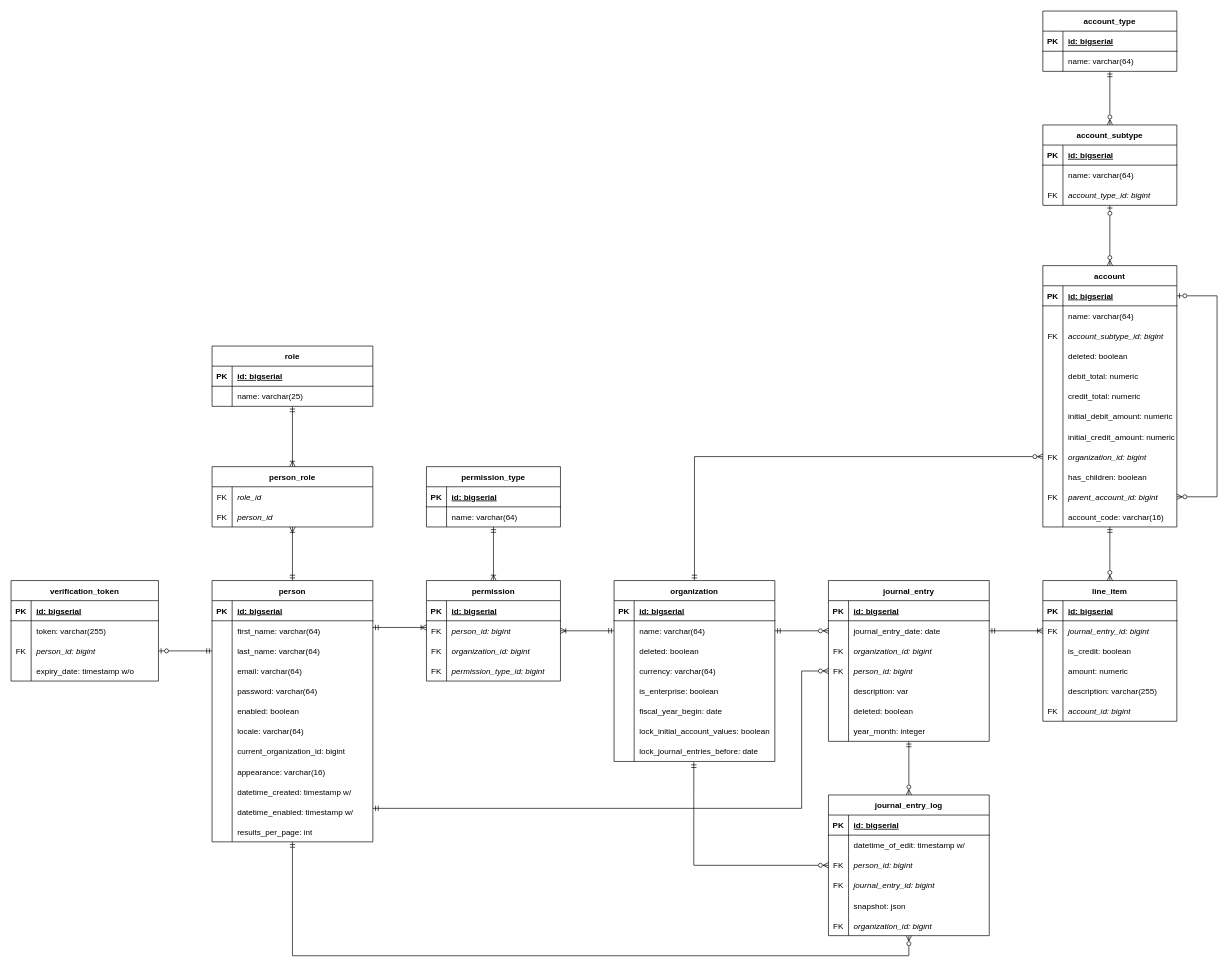
Earlier version of the draw.io diagram db/ER v0.7.drawio (kyleko1234/myEasyLedger). Source tidied: cells renumbered, new cells numbered last; positions are measured from the earlier drawing's top-left corner, leaving out a move shared by most shapes. Both pictures are drawn from the tidied source at 67%, with x=0, y=0 at pixel (11, 11).
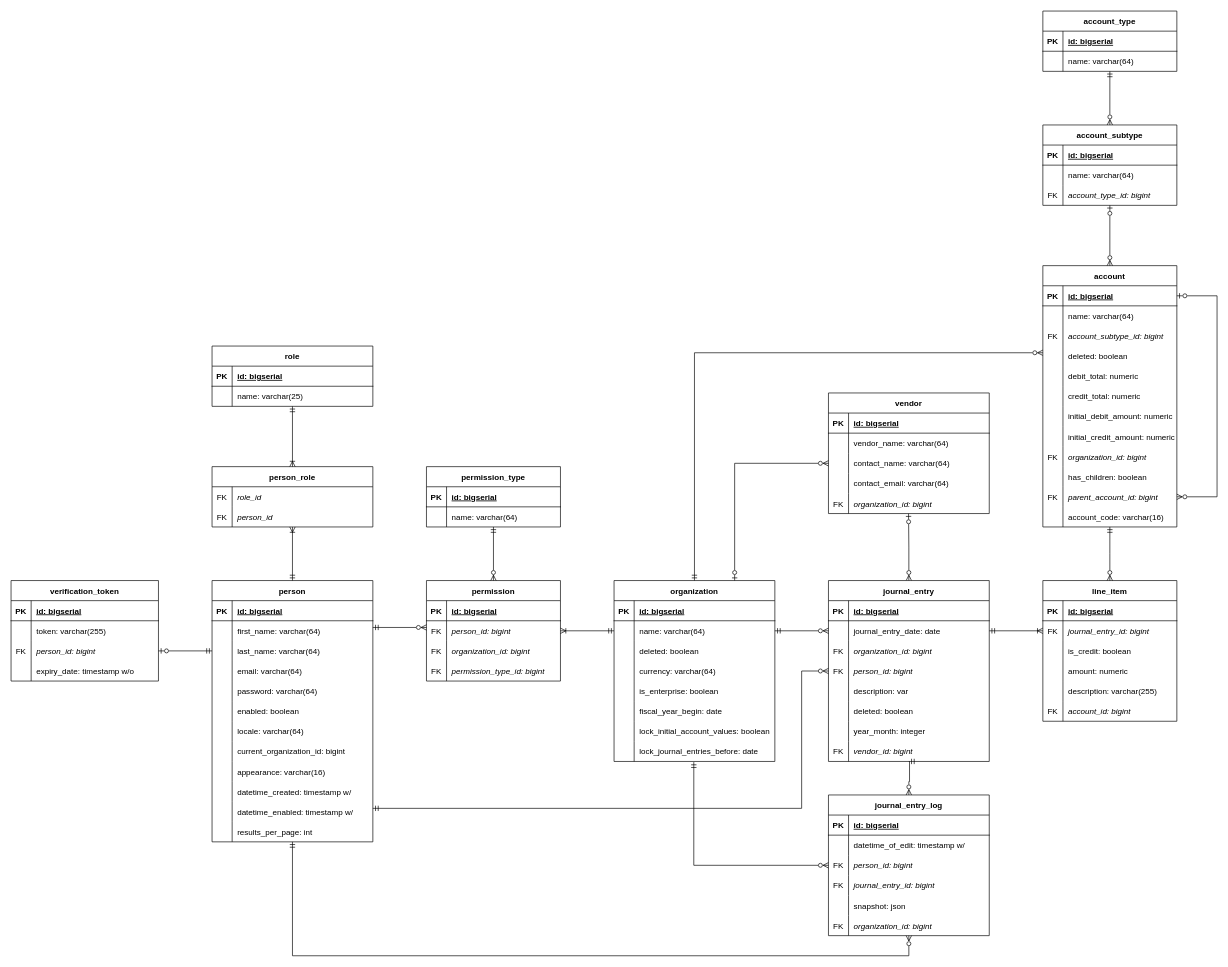
Above is the later version.

Commit message:
updated ER with new vendor table

Unchanged cells that the change refers to:
```xml
<mxCell id="67" value="permission" style="shape=table;startSize=30;childLayout=tableLayout;rowLines=0;fontStyle=1;align=center;strokeWidth=1;" parent="1" vertex="1">
  <mxGeometry x="620" y="850" width="200" height="150" as="geometry" />
</mxCell>
<mxCell id="80" value="permission_type" style="shape=table;startSize=30;childLayout=tableLayout;rowLines=0;fontStyle=1;align=center;strokeWidth=1;" parent="1" vertex="1">
  <mxGeometry x="620" y="680" width="200" height="90" as="geometry" />
</mxCell>
<mxCell id="87" value="organization" style="shape=table;startSize=30;childLayout=tableLayout;rowLines=0;fontStyle=1;align=center;strokeWidth=1;" parent="1" vertex="1">
  <mxGeometry x="900" y="850" width="240" height="270" as="geometry" />
</mxCell>
<mxCell id="134" value="journal_entry_log" style="shape=table;startSize=30;childLayout=tableLayout;rowLines=0;fontStyle=1;align=center;strokeWidth=1;" parent="1" vertex="1">
  <mxGeometry x="1220" y="1170" width="240" height="210" as="geometry" />
</mxCell>
<mxCell id="197" style="shape=tableRow;horizontal=0;startSize=0;swimlaneHead=0;swimlaneBody=0;fillColor=none;points=[[0,0.5],[1,0.5]];portConstraint=eastwest;top=0;left=0;right=0;bottom=0;strokeWidth=1;" parent="172" vertex="1">
  <mxGeometry y="270" width="200" height="30" as="geometry" />
</mxCell>
```

Diff of the diagram source:
```diff
@@
+    <mxCell id="242" style="edgeStyle=orthogonalEdgeStyle;rounded=0;jettySize=auto;html=1;exitX=0.5;exitY=0;exitDx=0;exitDy=0;entryX=0.498;entryY=1.008;entryDx=0;entryDy=0;entryPerimeter=0;startArrow=ERzeroToMany;startFill=0;endArrow=ERzeroToOne;endFill=0;" parent="1" edge="1" source="112" target="259">
+      <mxGeometry relative="1" as="geometry" />
+    </mxCell>
     <mxCell id="112" value="journal_entry" style="shape=table;startSize=30;childLayout=tableLayout;rowLines=0;fontStyle=1;align=center;strokeWidth=1;" parent="1" vertex="1">
-      <mxGeometry x="1220" y="850" width="240" height="240" as="geometry" />
+      <mxGeometry x="1220" y="850" width="240" height="270" as="geometry" />
     </mxCell>
@@
+    <mxCell id="243" style="shape=tableRow;horizontal=0;startSize=0;swimlaneHead=0;swimlaneBody=0;fillColor=none;top=0;left=0;right=0;bottom=0;strokeWidth=1;" parent="112" vertex="1">
+      <mxGeometry y="240" width="240" height="30" as="geometry" />
+    </mxCell>
+    <mxCell id="244" value="FK" style="shape=partialRectangle;fillColor=none;top=0;left=0;bottom=0;right=0;overflow=hidden;strokeWidth=1;" parent="243" vertex="1">
+      <mxGeometry width="30" height="30" as="geometry" />
+    </mxCell>
+    <mxCell id="245" value="vendor_id: bigint" style="shape=partialRectangle;fillColor=none;top=0;left=0;bottom=0;right=0;align=left;spacingLeft=6;overflow=hidden;strokeWidth=1;fontStyle=2;" parent="243" vertex="1">
+      <mxGeometry x="30" width="210" height="30" as="geometry" />
+    </mxCell>
@@
-    <mxCell id="231" style="edgeStyle=orthogonalEdgeStyle;rounded=0;jettySize=auto;html=1;exitX=0.5;exitY=0;exitDx=0;exitDy=0;entryX=0;entryY=0.5;entryDx=0;entryDy=0;startArrow=ERmandOne;startFill=0;endArrow=ERzeroToMany;endFill=0;" parent="1" edge="1" source="87" target="197">
+    <mxCell id="231" style="edgeStyle=orthogonalEdgeStyle;rounded=0;jettySize=auto;html=1;exitX=0.5;exitY=0;exitDx=0;exitDy=0;startArrow=ERmandOne;startFill=0;endArrow=ERzeroToMany;endFill=0;" parent="1" edge="1" source="87">
       <mxGeometry relative="1" as="geometry">
+        <mxPoint x="1540" y="510" as="targetPoint" />
         <Array as="points">
-          <mxPoint x="1020" y="665" />
+          <mxPoint x="1020" y="510" />
+          <mxPoint x="1540" y="510" />
         </Array>
       </mxGeometry>
     </mxCell>
@@
-    <mxCell id="233" style="edgeStyle=orthogonalEdgeStyle;rounded=0;jettySize=auto;html=1;exitX=0.5;exitY=1;exitDx=0;exitDy=0;entryX=0.5;entryY=0;entryDx=0;entryDy=0;startArrow=ERmandOne;startFill=0;endArrow=ERzeroToMany;endFill=0;" parent="1" edge="1" source="112" target="134">
+    <mxCell id="233" style="edgeStyle=orthogonalEdgeStyle;rounded=0;jettySize=auto;html=1;entryX=0.5;entryY=0;entryDx=0;entryDy=0;startArrow=ERmandOne;startFill=0;endArrow=ERzeroToMany;endFill=0;" parent="1" edge="1" target="134">
       <mxGeometry relative="1" as="geometry">
+        <mxPoint x="1340" y="1120" as="sourcePoint" />
         <Array as="points">
-          <mxPoint x="1340" y="1110" />
-          <mxPoint x="1340" y="1110" />
+          <mxPoint x="1341" y="1150" />
+          <mxPoint x="1340" y="1150" />
         </Array>
       </mxGeometry>
     </mxCell>
@@
-    <mxCell id="239" style="edgeStyle=orthogonalEdgeStyle;rounded=0;orthogonalLoop=1;jettySize=auto;html=1;startArrow=ERoneToMany;startFill=0;endArrow=ERmandOne;endFill=0;" parent="1" edge="1">
+    <mxCell id="239" style="edgeStyle=orthogonalEdgeStyle;rounded=0;orthogonalLoop=1;jettySize=auto;html=1;startArrow=ERzeroToMany;startFill=0;endArrow=ERmandOne;endFill=0;" parent="1" edge="1">
       <mxGeometry relative="1" as="geometry">
         <mxPoint x="620" y="920" as="sourcePoint" />
         <mxPoint x="540" y="920" as="targetPoint" />
         <Array as="points">
           <mxPoint x="620" y="920" />
           <mxPoint x="540" y="920" />
         </Array>
       </mxGeometry>
     </mxCell>
@@
-    <mxCell id="241" style="edgeStyle=orthogonalEdgeStyle;rounded=0;jettySize=auto;html=1;exitX=0.5;exitY=0;exitDx=0;exitDy=0;entryX=0.5;entryY=1;entryDx=0;entryDy=0;startArrow=ERoneToMany;startFill=0;endArrow=ERmandOne;endFill=0;" parent="1" edge="1" source="67" target="80">
+    <mxCell id="241" style="edgeStyle=orthogonalEdgeStyle;rounded=0;jettySize=auto;html=1;exitX=0.5;exitY=0;exitDx=0;exitDy=0;entryX=0.5;entryY=1;entryDx=0;entryDy=0;startArrow=ERzeroToMany;startFill=0;endArrow=ERmandOne;endFill=0;" parent="1" edge="1" source="67" target="80">
       <mxGeometry relative="1" as="geometry" />
     </mxCell>
+    <mxCell id="246" value="vendor" style="shape=table;startSize=30;childLayout=tableLayout;rowLines=0;fontStyle=1;align=center;strokeWidth=1;" parent="1" vertex="1">
+      <mxGeometry x="1220" y="570" width="240" height="180" as="geometry" />
+    </mxCell>
+    <mxCell id="247" style="shape=tableRow;horizontal=0;startSize=0;swimlaneHead=0;swimlaneBody=0;fillColor=none;top=0;left=0;right=0;bottom=1;strokeWidth=1;" parent="246" vertex="1">
+      <mxGeometry y="30" width="240" height="30" as="geometry" />
+    </mxCell>
+    <mxCell id="248" value="PK" style="shape=partialRectangle;fillColor=none;top=0;left=0;bottom=0;right=0;fontStyle=1;overflow=hidden;strokeWidth=1;" parent="247" vertex="1">
+      <mxGeometry width="30" height="30" as="geometry" />
+    </mxCell>
+    <mxCell id="249" value="id: bigserial" style="shape=partialRectangle;fillColor=none;top=0;left=0;bottom=0;right=0;align=left;spacingLeft=6;fontStyle=5;overflow=hidden;strokeWidth=1;" parent="247" vertex="1">
+      <mxGeometry x="30" width="210" height="30" as="geometry" />
+    </mxCell>
+    <mxCell id="250" style="shape=tableRow;horizontal=0;startSize=0;swimlaneHead=0;swimlaneBody=0;fillColor=none;top=0;left=0;right=0;bottom=0;strokeWidth=1;" parent="246" vertex="1">
+      <mxGeometry y="60" width="240" height="30" as="geometry" />
+    </mxCell>
+    <mxCell id="251" style="shape=partialRectangle;fillColor=none;top=0;left=0;bottom=0;right=0;overflow=hidden;strokeWidth=1;" parent="250" vertex="1">
+      <mxGeometry width="30" height="30" as="geometry" />
+    </mxCell>
+    <mxCell id="252" value="vendor_name: varchar(64)" style="shape=partialRectangle;fillColor=none;top=0;left=0;bottom=0;right=0;align=left;spacingLeft=6;overflow=hidden;strokeWidth=1;" parent="250" vertex="1">
+      <mxGeometry x="30" width="210" height="30" as="geometry" />
+    </mxCell>
+    <mxCell id="253" style="shape=tableRow;horizontal=0;startSize=0;swimlaneHead=0;swimlaneBody=0;fillColor=none;points=[[0,0.5],[1,0.5]];portConstraint=eastwest;top=0;left=0;right=0;bottom=0;strokeWidth=1;" parent="246" vertex="1">
+      <mxGeometry y="90" width="240" height="30" as="geometry" />
+    </mxCell>
+    <mxCell id="254" style="shape=partialRectangle;fillColor=none;top=0;left=0;bottom=0;right=0;overflow=hidden;strokeWidth=1;" parent="253" vertex="1">
+      <mxGeometry width="30" height="30" as="geometry" />
+    </mxCell>
+    <mxCell id="255" value="contact_name: varchar(64)" style="shape=partialRectangle;fillColor=none;top=0;left=0;bottom=0;right=0;align=left;spacingLeft=6;overflow=hidden;strokeWidth=1;" parent="253" vertex="1">
+      <mxGeometry x="30" width="210" height="30" as="geometry" />
+    </mxCell>
+    <mxCell id="256" style="shape=tableRow;horizontal=0;startSize=0;swimlaneHead=0;swimlaneBody=0;fillColor=none;top=0;left=0;right=0;bottom=0;strokeWidth=1;" parent="246" vertex="1">
+      <mxGeometry y="120" width="240" height="30" as="geometry" />
+    </mxCell>
+    <mxCell id="257" style="shape=partialRectangle;fillColor=none;top=0;left=0;bottom=0;right=0;overflow=hidden;strokeWidth=1;" parent="256" vertex="1">
+      <mxGeometry width="30" height="30" as="geometry" />
+    </mxCell>
+    <mxCell id="258" value="contact_email: varchar(64)" style="shape=partialRectangle;fillColor=none;top=0;left=0;bottom=0;right=0;align=left;spacingLeft=6;overflow=hidden;strokeWidth=1;" parent="256" vertex="1">
+      <mxGeometry x="30" width="210" height="30" as="geometry" />
+    </mxCell>
+    <mxCell id="259" style="shape=tableRow;horizontal=0;startSize=0;swimlaneHead=0;swimlaneBody=0;fillColor=none;points=[[0,0.5],[1,0.5]];portConstraint=eastwest;top=0;left=0;right=0;bottom=0;strokeWidth=1;" parent="246" vertex="1">
+      <mxGeometry y="150" width="240" height="30" as="geometry" />
+    </mxCell>
+    <mxCell id="260" value="FK" style="shape=partialRectangle;fillColor=none;top=0;left=0;bottom=0;right=0;overflow=hidden;strokeWidth=1;" parent="259" vertex="1">
+      <mxGeometry width="30" height="30" as="geometry" />
+    </mxCell>
+    <mxCell id="261" value="organization_id: bigint" style="shape=partialRectangle;fillColor=none;top=0;left=0;bottom=0;right=0;align=left;spacingLeft=6;overflow=hidden;strokeWidth=1;fontStyle=2;" parent="259" vertex="1">
+      <mxGeometry x="30" width="210" height="30" as="geometry" />
+    </mxCell>
+    <mxCell id="262" style="edgeStyle=orthogonalEdgeStyle;rounded=0;jettySize=auto;html=1;exitX=0;exitY=0.5;exitDx=0;exitDy=0;entryX=0.75;entryY=0;entryDx=0;entryDy=0;startArrow=ERzeroToMany;startFill=0;endArrow=ERzeroToOne;endFill=0;" parent="1" edge="1" source="253" target="87">
+      <mxGeometry relative="1" as="geometry" />
+    </mxCell>
```
